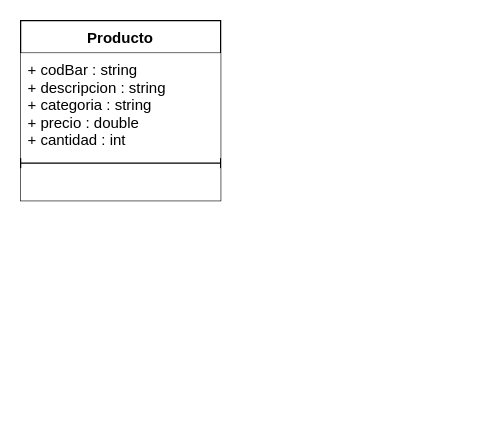
This is producto.drawio from presuel/POO, a draw.io file, before an edit. Source tidied: cells renumbered, new cells numbered last; positions are measured from the earlier drawing's top-left corner, leaving out a move shared by most shapes. Both pictures are drawn from the tidied source at 125%, with x=0, y=0 at pixel (20, 20).
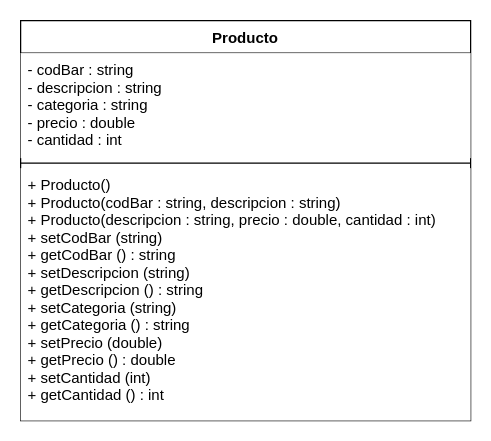
The same page after the edit.

Commit message (it also covers changes not shown here):
Protoclase Producto (C++ & Java)

The edit, as a diff of the source:
```diff
@@
 <mxGraphModel>
   <root>
     <mxCell id="0" />
     <mxCell id="1" parent="0" />
     <mxCell id="2" value="Producto" style="swimlane;fontStyle=1;align=center;verticalAlign=top;horizontal=1;startSize=26;" parent="1" vertex="1">
-      <mxGeometry width="160" height="144" as="geometry" />
+      <mxGeometry width="360" height="320" as="geometry" />
     </mxCell>
-    <mxCell id="3" value="+ codBar : string&#10;+ descripcion : string&#10;+ categoria : string&#10;+ precio : double&#10;+ cantidad : int" style="text;strokeColor=none;fillColor=default;align=left;verticalAlign=top;spacingLeft=4;spacingRight=4;overflow=hidden;" parent="2" vertex="1">
-      <mxGeometry y="26" width="160" height="84" as="geometry" />
+    <mxCell id="3" value="- codBar : string&#10;- descripcion : string&#10;- categoria : string&#10;- precio : double&#10;- cantidad : int" style="text;strokeColor=none;fillColor=default;align=left;verticalAlign=top;spacingLeft=4;spacingRight=4;overflow=hidden;" parent="2" vertex="1">
+      <mxGeometry y="26" width="360" height="84" as="geometry" />
     </mxCell>
     <mxCell id="4" style="line;strokeWidth=1;fillColor=none;align=left;verticalAlign=middle;spacingTop=-1;spacingLeft=3;spacingRight=3;labelPosition=right;strokeColor=inherit;" parent="2" vertex="1">
-      <mxGeometry y="110" width="160" height="8" as="geometry" />
+      <mxGeometry y="110" width="360" height="8" as="geometry" />
     </mxCell>
-    <mxCell id="5" value=" " style="text;strokeColor=none;fillColor=default;align=left;verticalAlign=top;spacingLeft=4;spacingRight=4;overflow=hidden;" parent="2" vertex="1">
-      <mxGeometry y="118" width="160" height="26" as="geometry" />
+    <mxCell id="5" value="+ Producto()&#10;+ Producto(codBar : string, descripcion : string)&#10;+ Producto(descripcion : string, precio : double, cantidad : int)&#10;+ setCodBar (string)&#10;+ getCodBar () : string&#10;+ setDescripcion (string)&#10;+ getDescripcion () : string&#10;+ setCategoria (string)&#10;+ getCategoria () : string&#10;+ setPrecio (double)&#10;+ getPrecio () : double&#10;+ setCantidad (int)&#10;+ getCantidad () : int" style="text;strokeColor=none;fillColor=default;align=left;verticalAlign=top;spacingLeft=4;spacingRight=4;overflow=hidden;" parent="2" vertex="1">
+      <mxGeometry y="118" width="360" height="202" as="geometry" />
     </mxCell>
   </root>
 </mxGraphModel>
```
